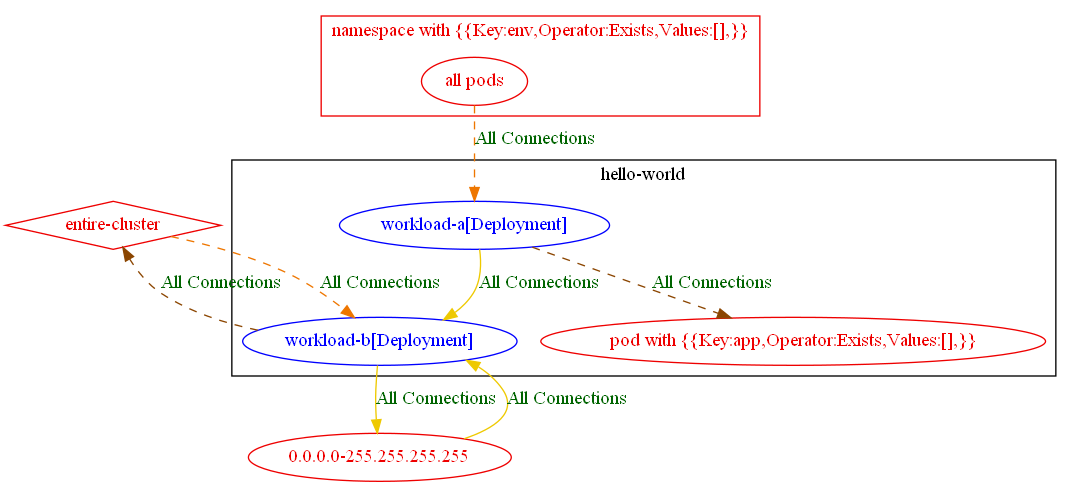
Above: test_outputs/connlist/exposure_test_with_match_expression_exists_op_exposure_output.dot.png in np-guard/netpol-analyzer (Graphviz), before the change. Its source is kept beside it as test_outputs/connlist/exposure_test_with_match_expression_exists_op_exposure_output.dot.
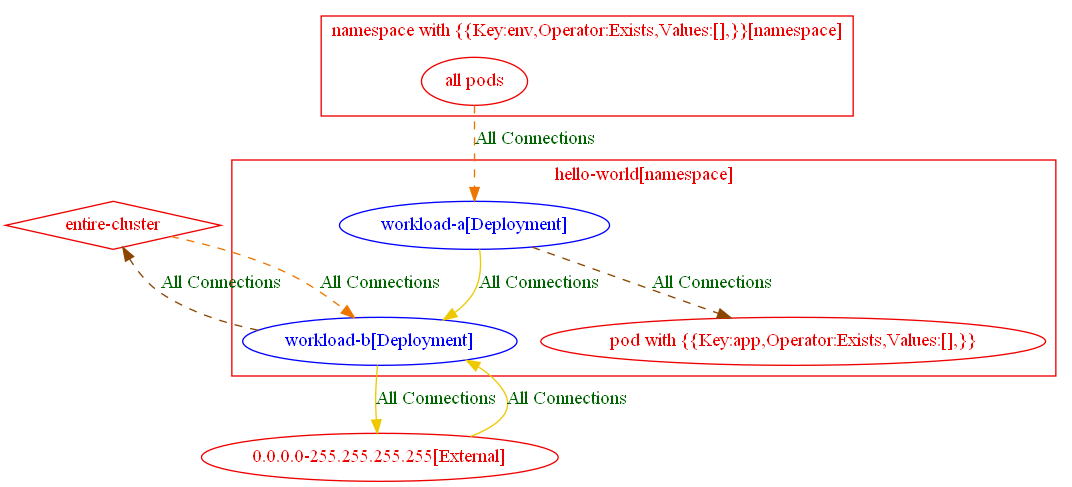
The same file after the commit.

What changed in the source:
```diff
@@ -1,25 +1,30 @@
 digraph {
-	subgraph "cluster_hello_world" {
+	subgraph "cluster_hello_world[namespace]" {
 		color="black"
 		fontcolor="black"
 		"hello-world/workload-a[Deployment]" [label="workload-a[Deployment]" color="blue" fontcolor="blue"]
 		"hello-world/workload-b[Deployment]" [label="workload-b[Deployment]" color="blue" fontcolor="blue"]
+		label="hello-world[namespace]"
+	}
+	subgraph "cluster_hello_world[namespace]" {
+		color="red2"
+		fontcolor="red2"
 		"pod with {{Key:app,Operator:Exists,Values:[],}}_in_hello-world" [label="pod with {{Key:app,Operator:Exists,Values:[],}}" color="red2" fontcolor="red2"]
-		label="hello-world"
+		label="hello-world[namespace]"
 	}
-	subgraph "cluster_namespace with {{Key:env,Operator:Exists,Values:[],}}" {
+	subgraph "cluster_namespace with {{Key:env,Operator:Exists,Values:[],}}[namespace]" {
 		color="red2"
 		fontcolor="red2"
 		"all pods_in_namespace with {{Key:env,Operator:Exists,Values:[],}}" [label="all pods" color="red2" fontcolor="red2"]
-		label="namespace with {{Key:env,Operator:Exists,Values:[],}}"
+		label="namespace with {{Key:env,Operator:Exists,Values:[],}}[namespace]"
 	}
-	"0.0.0.0-255.255.255.255" [label="0.0.0.0-255.255.255.255" color="red2" fontcolor="red2"]
+	"0.0.0.0-255.255.255.255[External]" [label="0.0.0.0-255.255.255.255[External]" color="red2" fontcolor="red2"]
 	"entire-cluster" [label="entire-cluster" color="red2" fontcolor="red2" shape=diamond]
-	"0.0.0.0-255.255.255.255" -> "hello-world/workload-b[Deployment]" [label="All Connections" color="gold2" fontcolor="darkgreen" weight=0.5]
+	"0.0.0.0-255.255.255.255[External]" -> "hello-world/workload-b[Deployment]" [label="All Connections" color="gold2" fontcolor="darkgreen" weight=0.5]
 	"all pods_in_namespace with {{Key:env,Operator:Exists,Values:[],}}" -> "hello-world/workload-a[Deployment]" [label="All Connections" color="darkorange2" fontcolor="darkgreen" weight=1 style=dashed]
 	"entire-cluster" -> "hello-world/workload-b[Deployment]" [label="All Connections" color="darkorange2" fontcolor="darkgreen" weight=1 style=dashed]
 	"hello-world/workload-a[Deployment]" -> "hello-world/workload-b[Deployment]" [label="All Connections" color="gold2" fontcolor="darkgreen" weight=0.5]
 	"hello-world/workload-a[Deployment]" -> "pod with {{Key:app,Operator:Exists,Values:[],}}_in_hello-world" [label="All Connections" color="darkorange4" fontcolor="darkgreen" weight=0.5 style=dashed]
-	"hello-world/workload-b[Deployment]" -> "0.0.0.0-255.255.255.255" [label="All Connections" color="gold2" fontcolor="darkgreen" weight=1]
+	"hello-world/workload-b[Deployment]" -> "0.0.0.0-255.255.255.255[External]" [label="All Connections" color="gold2" fontcolor="darkgreen" weight=1]
 	"hello-world/workload-b[Deployment]" -> "entire-cluster" [label="All Connections" color="darkorange4" fontcolor="darkgreen" weight=0.5 style=dashed]
 }
```
